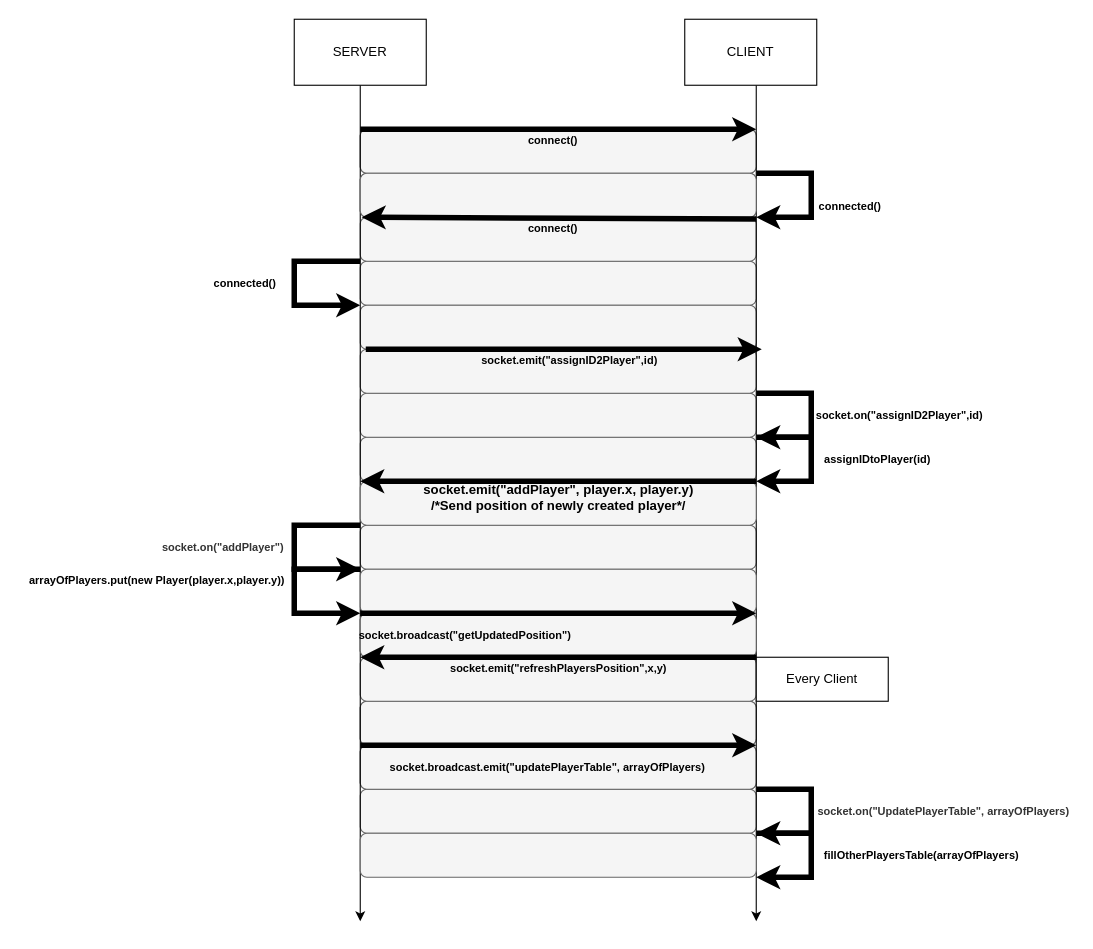
alexkomazec/masterProjectV2_Server keeps this draw.io diagram as doc/UpdatePlayerOnConnect.drawio. Above is the earlier version. Source tidied: cells renumbered, new cells numbered last; positions are measured from the earlier drawing's top-left corner, leaving out a move shared by most shapes. Both pictures are drawn from the tidied source at 110%, with x=0, y=0 at pixel (19, 19).
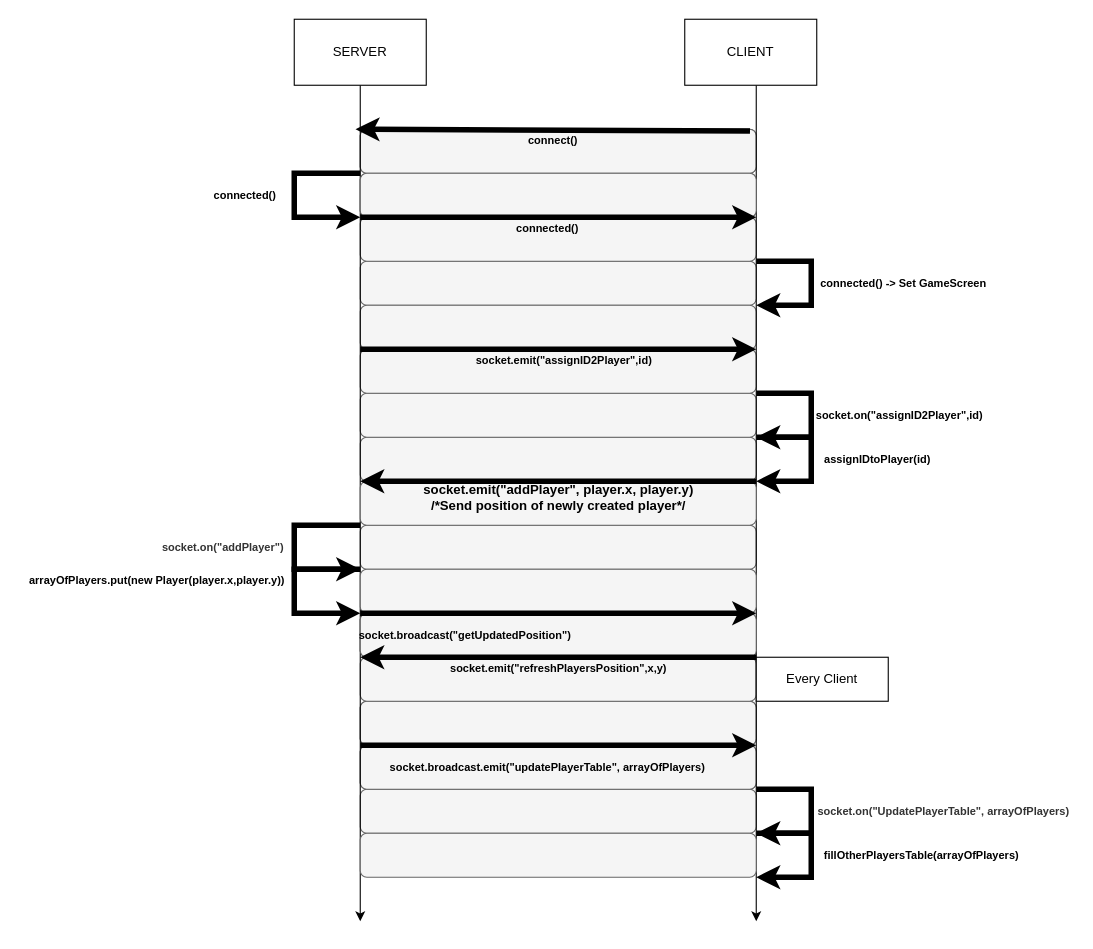
The same page after the edit.

What changed in the source:
```diff
@@
-    <mxCell id="23" style="endArrow=classic;html=1;rounded=0;strokeWidth=5;" parent="1" edge="1">
-      <mxGeometry relative="1" as="geometry">
-        <mxPoint x="310" y="100" as="sourcePoint" />
-        <mxPoint x="670" y="100" as="targetPoint" />
-      </mxGeometry>
-    </mxCell>
@@
-    <mxCell id="25" value="&lt;font style=&quot;font-size: 10px&quot;&gt;connect()&lt;/font&gt;" style="text;html=1;align=center;verticalAlign=middle;strokeColor=none;fillColor=none;fontStyle=1;" parent="1" vertex="1">
-      <mxGeometry x="455" y="180" width="60" height="20" as="geometry" />
+    <mxCell id="25" value="&lt;font style=&quot;font-size: 10px&quot;&gt;connected()&lt;/font&gt;" style="text;html=1;align=center;verticalAlign=middle;strokeColor=none;fillColor=none;fontStyle=1;" parent="1" vertex="1">
+      <mxGeometry x="445" y="180" width="70" height="20" as="geometry" />
     </mxCell>
-    <mxCell id="26" value="&lt;font style=&quot;font-size: 10px&quot;&gt;connected()&lt;/font&gt;" style="text;html=1;align=center;verticalAlign=middle;strokeColor=none;fillColor=none;fontStyle=1;" parent="1" vertex="1">
-      <mxGeometry x="720" y="160" width="70" height="20" as="geometry" />
+    <mxCell id="26" value="&lt;font style=&quot;font-size: 10px&quot;&gt;connected() -&amp;gt; Set GameScreen&amp;nbsp;&lt;/font&gt;" style="text;html=1;align=center;verticalAlign=middle;strokeColor=none;fillColor=none;fontStyle=1;" parent="1" vertex="1">
+      <mxGeometry x="720" y="230" width="170" height="20" as="geometry" />
     </mxCell>
@@
     <mxCell id="33" style="endArrow=classic;html=1;rounded=0;strokeWidth=5;" parent="1" edge="1">
       <mxGeometry relative="1" as="geometry">
-        <mxPoint x="670" y="140" as="sourcePoint" />
-        <mxPoint x="670" y="180" as="targetPoint" />
+        <mxPoint x="670" y="220" as="sourcePoint" />
+        <mxPoint x="670" y="260" as="targetPoint" />
         <Array as="points">
-          <mxPoint x="720" y="140" />
-          <mxPoint x="720" y="180" />
+          <mxPoint x="720" y="220" />
+          <mxPoint x="720" y="260" />
         </Array>
       </mxGeometry>
     </mxCell>
@@
     <mxCell id="43" style="group;" parent="1" vertex="1">
-      <mxGeometry x="170" y="220" width="80" height="40" as="geometry" />
+      <mxGeometry x="170" y="140" width="80" height="40" as="geometry" />
     </mxCell>
@@
-    <mxCell id="45" style="endArrow=classic;html=1;rounded=0;strokeWidth=5;" parent="43" edge="1">
-      <mxGeometry relative="1" as="geometry">
-        <mxPoint x="140" as="sourcePoint" />
-        <mxPoint x="140" y="40" as="targetPoint" />
-        <Array as="points">
-          <mxPoint x="80" />
-          <mxPoint x="80" y="40" />
-        </Array>
-      </mxGeometry>
-    </mxCell>
@@
-    <mxCell id="47" style="endArrow=classic;html=1;rounded=0;exitX=0.046;exitY=1.079;exitDx=0;exitDy=0;exitPerimeter=0;strokeWidth=5;" parent="1" edge="1">
-      <mxGeometry relative="1" as="geometry">
-        <mxPoint x="670" y="181.6" as="sourcePoint" />
-        <mxPoint x="311.3" y="180" as="targetPoint" />
-      </mxGeometry>
-    </mxCell>
     <mxCell id="48" style="group;" parent="1" vertex="1">
-      <mxGeometry x="315" y="300" width="360" height="20" as="geometry" />
+      <mxGeometry x="310" y="300" width="360" height="20" as="geometry" />
     </mxCell>
@@
+    <mxCell id="65" style="endArrow=classic;html=1;rounded=0;exitX=0.046;exitY=1.079;exitDx=0;exitDy=0;exitPerimeter=0;strokeWidth=5;" parent="1" edge="1">
+      <mxGeometry relative="1" as="geometry">
+        <mxPoint x="664.3" y="101.6" as="sourcePoint" />
+        <mxPoint x="305.7" y="100" as="targetPoint" />
+      </mxGeometry>
+    </mxCell>
+    <mxCell id="45" style="endArrow=classic;html=1;rounded=0;strokeWidth=5;" parent="1" edge="1">
+      <mxGeometry relative="1" as="geometry">
+        <mxPoint x="310" y="140" as="sourcePoint" />
+        <mxPoint x="310" y="180" as="targetPoint" />
+        <Array as="points">
+          <mxPoint x="250" y="140" />
+          <mxPoint x="250" y="180" />
+        </Array>
+      </mxGeometry>
+    </mxCell>
+    <mxCell id="66" style="endArrow=classic;html=1;rounded=0;strokeWidth=5;" parent="1" edge="1">
+      <mxGeometry relative="1" as="geometry">
+        <mxPoint x="310" y="180" as="sourcePoint" />
+        <mxPoint x="670" y="180" as="targetPoint" />
+      </mxGeometry>
+    </mxCell>
```
